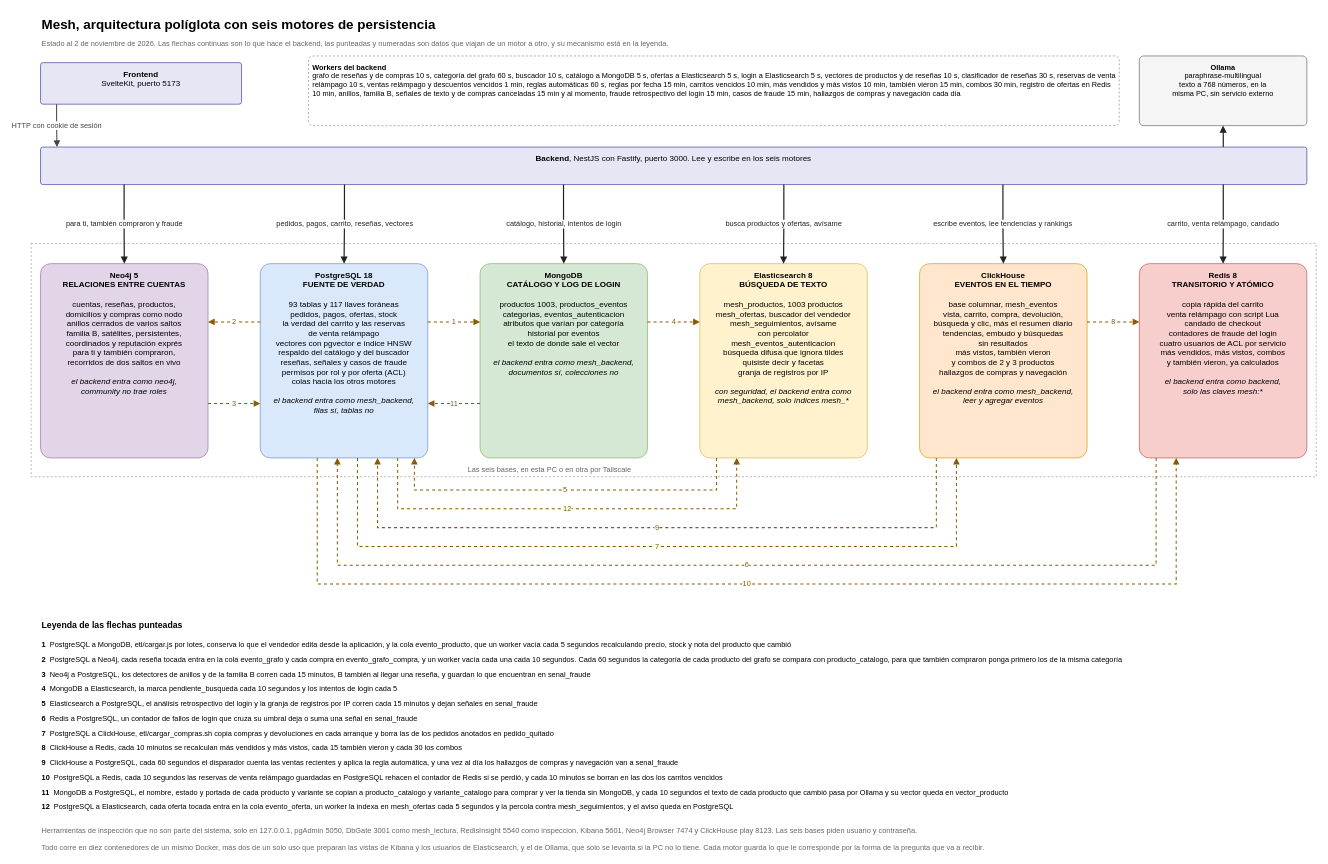
Before: docs/diagrama-arquitectura.drawio in pinedahuella/Proyecto-Tienda-Base-Datos-2, a draw.io diagram. Source tidied: cells renumbered, new cells numbered last; positions are measured from the earlier drawing's top-left corner, leaving out a move shared by most shapes. Both pictures are drawn from the tidied source at 67%, with x=0, y=0 at pixel (31, 11).
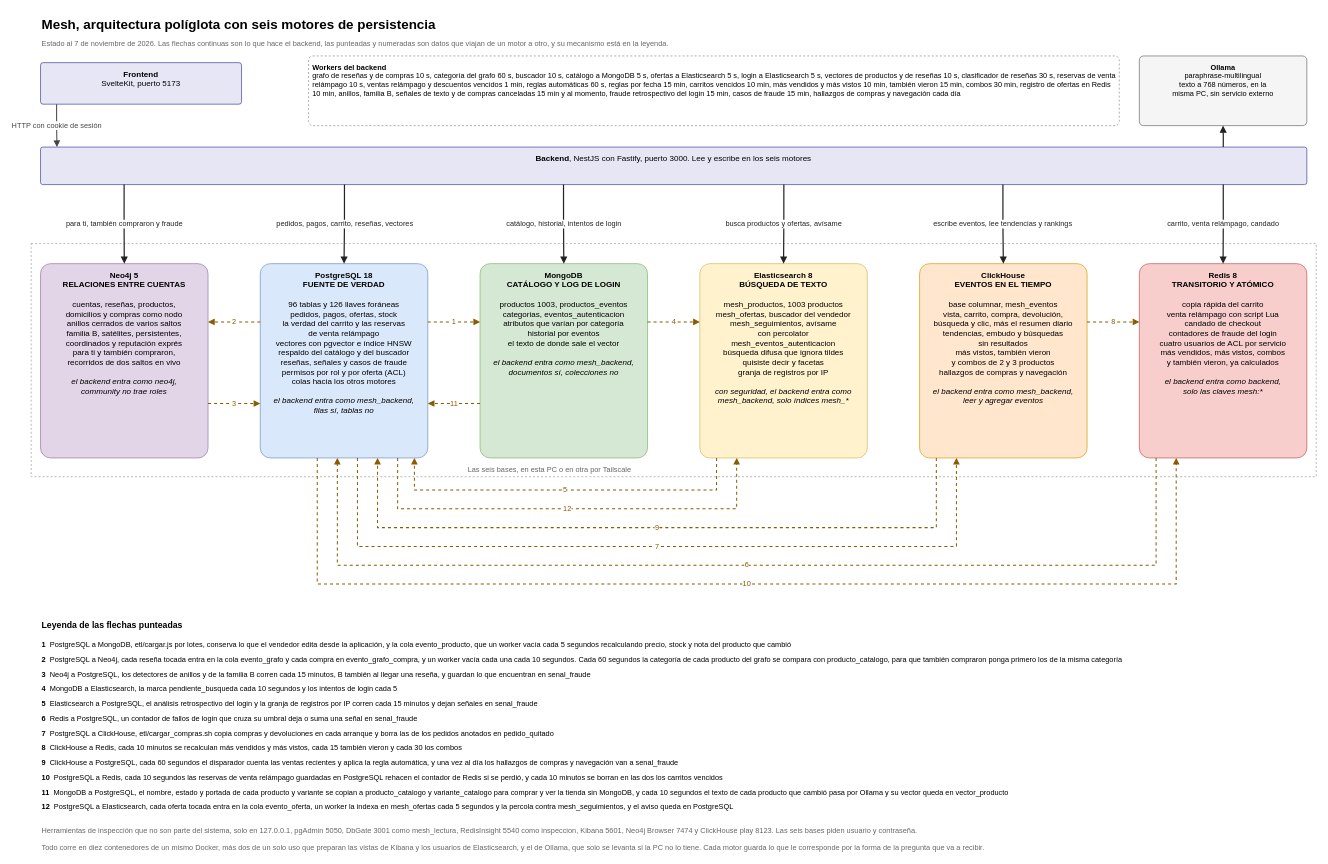
The same diagram, later.

What changed in the source:
```diff
@@
-    <mxCell id="3" value="Estado al 2 de noviembre de 2026. Las flechas continuas son lo que hace el backend, las punteadas y numeradas son datos que viajan de un motor a otro, y su mecanismo está en la leyenda." style="text;html=1;strokeColor=none;fillColor=none;align=left;verticalAlign=top;whiteSpace=wrap;fontSize=11;fontColor=#666666;" parent="1" vertex="1">
+    <mxCell id="3" value="Estado al 7 de noviembre de 2026. Las flechas continuas son lo que hace el backend, las punteadas y numeradas son datos que viajan de un motor a otro, y su mecanismo está en la leyenda." style="text;html=1;strokeColor=none;fillColor=none;align=left;verticalAlign=top;whiteSpace=wrap;fontSize=11;fontColor=#666666;" parent="1" vertex="1">
       <mxGeometry x="14" y="34" width="1700" height="24" as="geometry" />
     </mxCell>
@@
-    <mxCell id="14" value="&lt;b&gt;PostgreSQL 18&lt;/b&gt;&lt;br&gt;&lt;b&gt;FUENTE DE VERDAD&lt;/b&gt;&lt;br&gt;&lt;br&gt;93 tablas y 117 llaves foráneas&lt;br&gt;pedidos, pagos, ofertas, stock&lt;br&gt;la verdad del carrito y las reservas&lt;br&gt;de venta relámpago&lt;br&gt;vectores con pgvector e índice HNSW&lt;br&gt;respaldo del catálogo y del buscador&lt;br&gt;reseñas, señales y casos de fraude&lt;br&gt;permisos por rol y por oferta (ACL)&lt;br&gt;colas hacia los otros motores&lt;br&gt;&lt;br&gt;&lt;i&gt;el backend entra como mesh_backend,&lt;br&gt;filas sí, tablas no&lt;/i&gt;" style="rounded=1;arcSize=6;whiteSpace=wrap;html=1;fillColor=#DAE8FC;strokeColor=#6C8EBF;fontSize=12;align=center;verticalAlign=top;spacing=6;" parent="1" vertex="1">
+    <mxCell id="14" value="&lt;b&gt;PostgreSQL 18&lt;/b&gt;&lt;br&gt;&lt;b&gt;FUENTE DE VERDAD&lt;/b&gt;&lt;br&gt;&lt;br&gt;96 tablas y 126 llaves foráneas&lt;br&gt;pedidos, pagos, ofertas, stock&lt;br&gt;la verdad del carrito y las reservas&lt;br&gt;de venta relámpago&lt;br&gt;vectores con pgvector e índice HNSW&lt;br&gt;respaldo del catálogo y del buscador&lt;br&gt;reseñas, señales y casos de fraude&lt;br&gt;permisos por rol y por oferta (ACL)&lt;br&gt;colas hacia los otros motores&lt;br&gt;&lt;br&gt;&lt;i&gt;el backend entra como mesh_backend,&lt;br&gt;filas sí, tablas no&lt;/i&gt;" style="rounded=1;arcSize=6;whiteSpace=wrap;html=1;fillColor=#DAE8FC;strokeColor=#6C8EBF;fontSize=12;align=center;verticalAlign=top;spacing=6;" parent="1" vertex="1">
       <mxGeometry x="342" y="376" width="250" height="290" as="geometry" />
     </mxCell>
```
